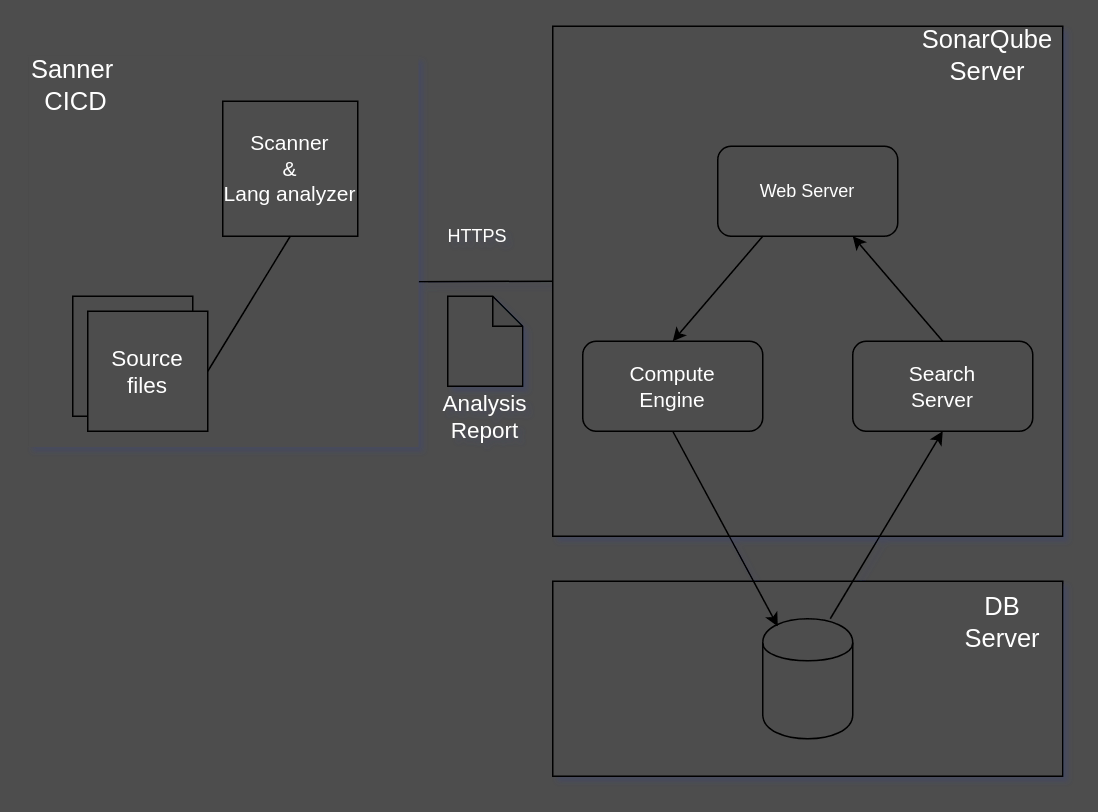
Earlier version of the draw.io diagram MyWebApp/aechitekture.drawio (chriskovski/TeamTech). Source tidied: cells renumbered, new cells numbered last; positions are measured from the earlier drawing's top-left corner, leaving out a move shared by most shapes. Both pictures are drawn from the tidied source at 150%, with x=0, y=0 at pixel (27, 26).
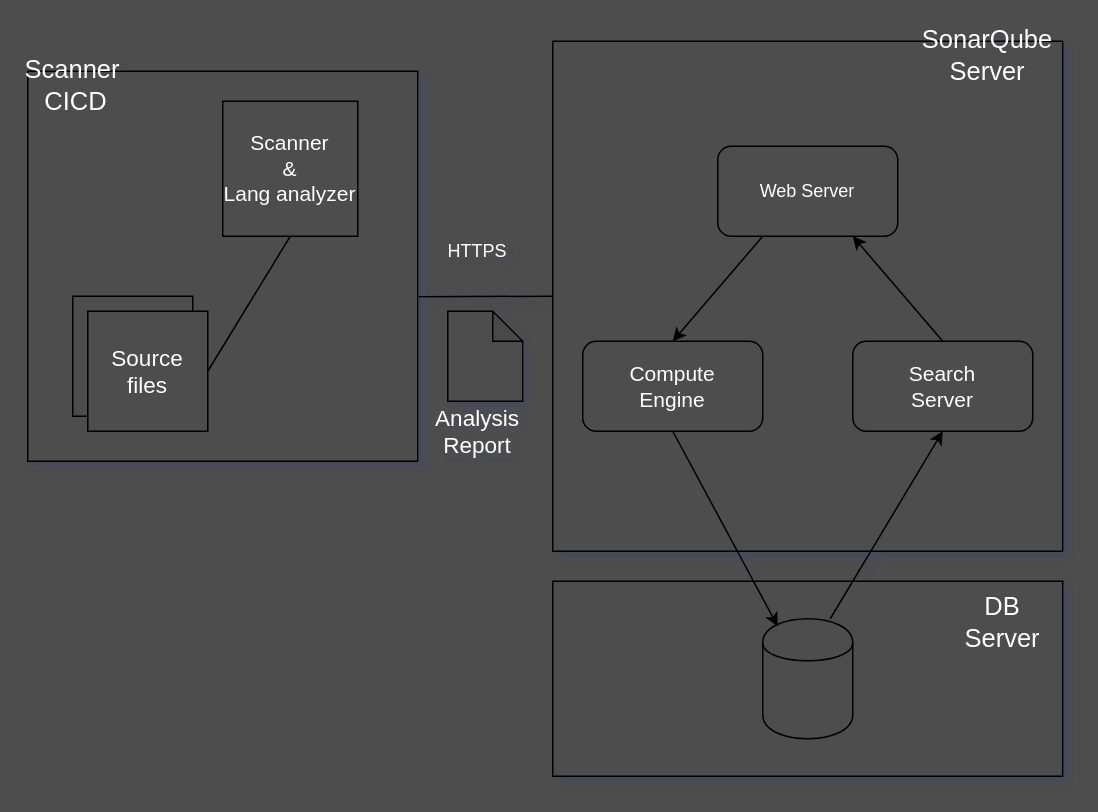
Above is the later version.

The edit, as a diff of the source:
```diff
@@
-    <mxCell id="2" style="whiteSpace=wrap;html=1;strokeColor=#4D4D4D;fillColor=#4D4D4D;" parent="1" vertex="1">
-      <mxGeometry y="20" width="260" height="260" as="geometry" />
+    <mxCell id="2" style="whiteSpace=wrap;html=1;strokeColor=#000000;fillColor=#4D4D4D;" parent="1" vertex="1">
+      <mxGeometry y="30" width="260" height="260" as="geometry" />
     </mxCell>
-    <mxCell id="3" value="&lt;font style=&quot;font-size: 17px&quot; color=&quot;#ffffff&quot;&gt;Sanner&lt;br&gt;&amp;nbsp;CICD&lt;/font&gt;" style="text;html=1;align=center;verticalAlign=middle;whiteSpace=wrap;rounded=0;" parent="1" vertex="1">
+    <mxCell id="3" value="&lt;font style=&quot;font-size: 17px&quot; color=&quot;#ffffff&quot;&gt;Scanner&lt;br&gt;&amp;nbsp;CICD&lt;/font&gt;" style="text;html=1;align=center;verticalAlign=middle;whiteSpace=wrap;rounded=0;" parent="1" vertex="1">
       <mxGeometry x="10" y="30" width="40" height="20" as="geometry" />
     </mxCell>
@@
     <mxCell id="8" style="whiteSpace=wrap;html=1;fillColor=#4d4d4d;" parent="1" vertex="1">
-      <mxGeometry x="350" width="340" height="340" as="geometry" />
+      <mxGeometry x="350" y="10" width="340" height="340" as="geometry" />
     </mxCell>
     <mxCell id="9" value="&lt;font color=&quot;#ffffff&quot;&gt;HTTPS&lt;/font&gt;" style="text;html=1;strokeColor=none;fillColor=none;align=center;verticalAlign=middle;whiteSpace=wrap;rounded=0;" parent="1" vertex="1">
-      <mxGeometry x="280" y="130" width="40" height="20" as="geometry" />
+      <mxGeometry x="280" y="140" width="40" height="20" as="geometry" />
     </mxCell>
     <mxCell id="10" value="&lt;font style=&quot;font-size: 15px&quot;&gt;&lt;font color=&quot;#ffffff&quot;&gt;Analysis&lt;br&gt;Report&lt;/font&gt;&lt;br&gt;&lt;/font&gt;" style="text;html=1;strokeColor=none;fillColor=none;align=center;verticalAlign=middle;whiteSpace=wrap;rounded=0;" parent="1" vertex="1">
-      <mxGeometry x="285" y="250" width="40" height="20" as="geometry" />
+      <mxGeometry x="280" y="260" width="40" height="20" as="geometry" />
     </mxCell>
@@
     <mxCell id="25" style="shape=note;whiteSpace=wrap;html=1;backgroundOutline=1;darkOpacity=0.05;size=20;fillColor=#4d4d4d;" parent="1" vertex="1">
-      <mxGeometry x="280" y="180" width="50" height="60" as="geometry" />
+      <mxGeometry x="280" y="190" width="50" height="60" as="geometry" />
     </mxCell>
```
